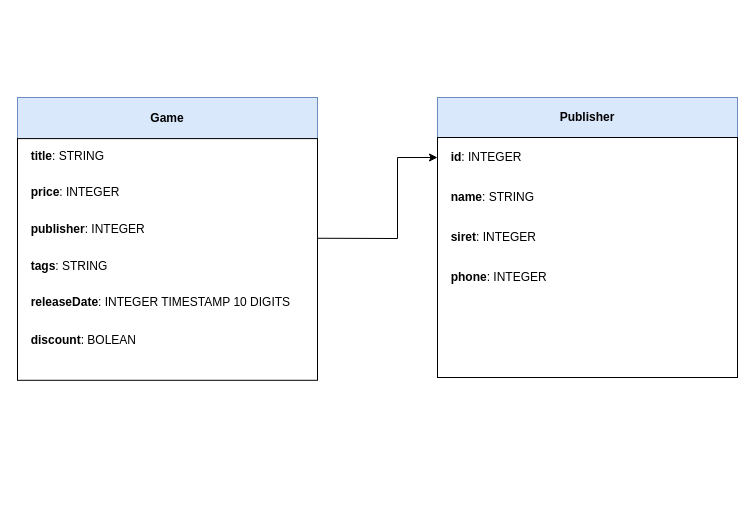
Before: database.drawio in Kazakova-A/game-api, a draw.io diagram. Source tidied: cells renumbered, new cells numbered last; positions are measured from the earlier drawing's top-left corner, leaving out a move shared by most shapes. Both pictures are drawn from the tidied source at 100%, with x=0, y=0 at pixel (17, 17).
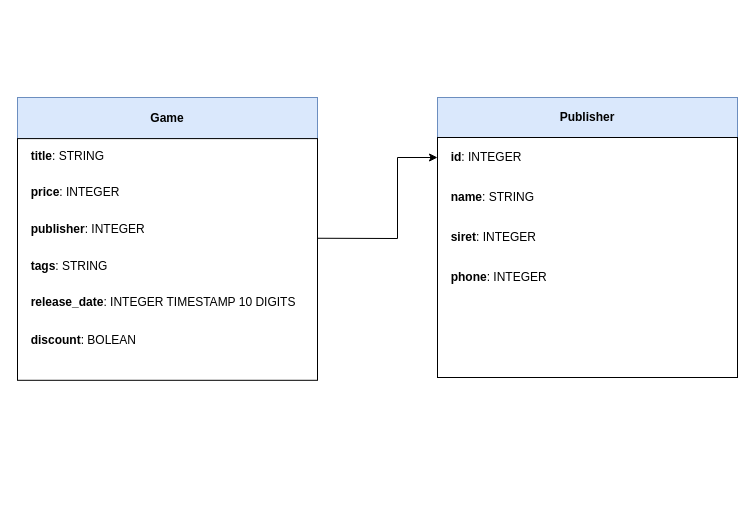
After the change.

The change refers to these unchanged cells:
```xml
<mxCell id="13" style="group;" parent="12" vertex="1">
  <mxGeometry width="300" height="290" as="geometry" />
</mxCell>
```

What changed in the source:
```diff
@@
-    <mxCell id="22" value="&lt;b&gt;&amp;nbsp; releaseDate&lt;/b&gt;: INTEGER TIMESTAMP 10 DIGITS" style="text;html=1;strokeColor=none;fillColor=none;align=left;verticalAlign=middle;whiteSpace=wrap;rounded=0;fontColor=#000000;spacingLeft=5;" parent="13" vertex="1">
+    <mxCell id="22" value="&lt;b&gt;&amp;nbsp; release_date&lt;/b&gt;: INTEGER TIMESTAMP 10 DIGITS" style="text;html=1;strokeColor=none;fillColor=none;align=left;verticalAlign=middle;whiteSpace=wrap;rounded=0;fontColor=#000000;spacingLeft=5;" parent="13" vertex="1">
       <mxGeometry y="187.3" width="300" height="36.2" as="geometry" />
     </mxCell>
```
